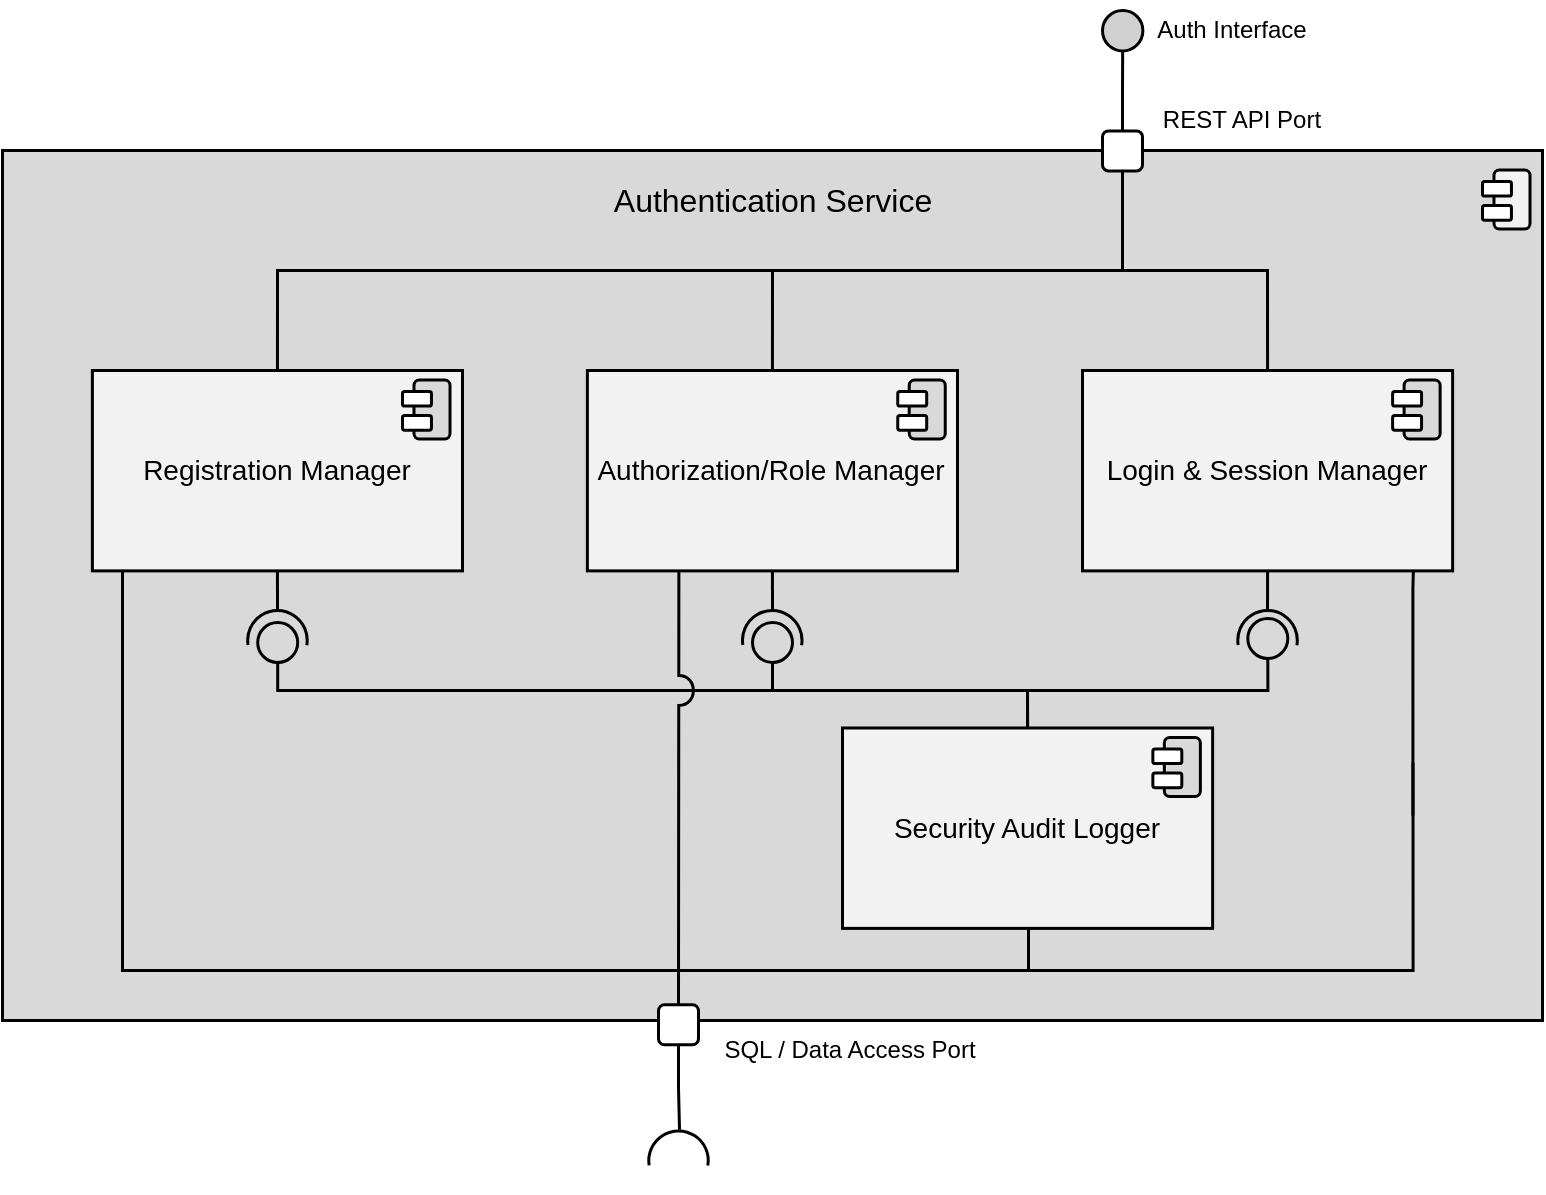
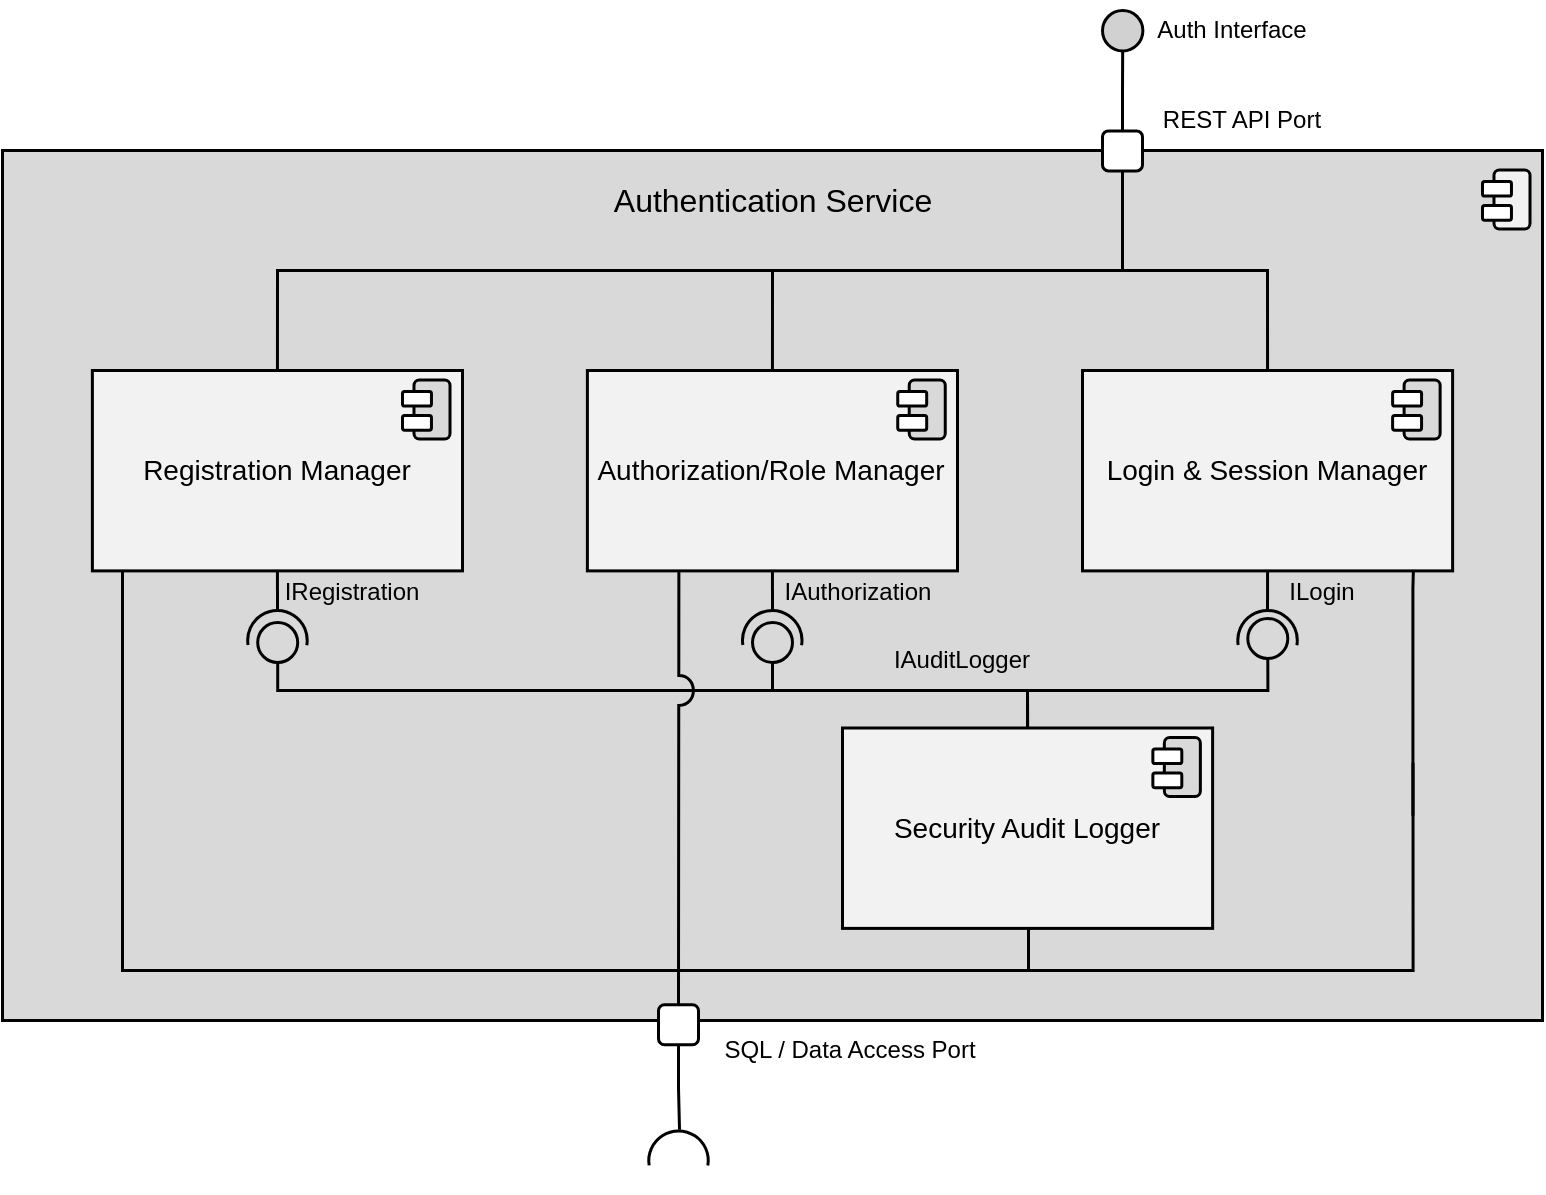
<mxfile host="app.diagrams.net">
  <diagram name="Page-1" id="phbDzcPIRWFyEIRLfKNQ">
-     <mxGraphModel dx="1079" dy="770" grid="1" gridSize="10" guides="1" tooltips="1" connect="1" arrows="1" fold="1" page="1" pageScale="1" pageWidth="850" pageHeight="1100" background="#FFFFFF" math="0" shadow="0">
+     <mxGraphModel dx="1030" dy="623" grid="1" gridSize="10" guides="1" tooltips="1" connect="1" arrows="1" fold="1" page="1" pageScale="1" pageWidth="850" pageHeight="1100" background="#FFFFFF" math="0" shadow="0">
      <root>
        <mxCell id="0" />
        <mxCell id="1" parent="0" />
        <mxCell id="n--Y3mDC4JvWWFTNY3TY-8" parent="1" style="html=1;dropTarget=0;whiteSpace=wrap;fillColor=#D9D9D9;strokeColor=#000000;strokeWidth=1.5;fontFamily=Arial;fontSize=14;" value="" vertex="1">
          <mxGeometry height="435" width="770" x="40" y="420" as="geometry" />
        </mxCell>
        <mxCell id="0yQDKEMbzFiADIm0VlXp-84" edge="1" parent="1" source="n--Y3mDC4JvWWFTNY3TY-14" style="edgeStyle=orthogonalEdgeStyle;rounded=0;orthogonalLoop=1;jettySize=auto;html=1;exitX=0.5;exitY=1;exitDx=0;exitDy=0;endArrow=none;endFill=0;strokeWidth=1.5;entryX=0.499;entryY=1.001;entryDx=0;entryDy=0;entryPerimeter=0;" target="0yQDKEMbzFiADIm0VlXp-82">
          <mxGeometry relative="1" as="geometry">
            <mxPoint x="180" y="650" as="targetPoint" />
          </mxGeometry>
        </mxCell>
        <mxCell id="n--Y3mDC4JvWWFTNY3TY-14" parent="1" style="html=1;dropTarget=0;whiteSpace=wrap;fontFamily=Arial;strokeWidth=1.5;fillColor=#F2F2F2;fontSize=14;" value="Registration Manager" vertex="1">
          <mxGeometry height="100.19" width="185.06" x="84.94" y="530" as="geometry" />
        </mxCell>
        <mxCell id="5mWkwckOPSo0CmEAIWWT-34" parent="1" style="ellipse;whiteSpace=wrap;html=1;align=center;aspect=fixed;fillColor=none;strokeColor=none;resizable=0;perimeter=centerPerimeter;rotatable=0;allowArrows=0;points=[];outlineConnect=1;strokeWidth=1.5;fontFamily=Arial;" value="" vertex="1">
          <mxGeometry height="10" width="10" x="354.94" y="420.19" as="geometry" />
        </mxCell>
        <mxCell id="5mWkwckOPSo0CmEAIWWT-39" parent="1" style="ellipse;whiteSpace=wrap;html=1;align=center;aspect=fixed;fillColor=none;strokeColor=none;resizable=0;perimeter=centerPerimeter;rotatable=0;allowArrows=0;points=[];outlineConnect=1;strokeWidth=1.5;fontFamily=Arial;" value="" vertex="1">
          <mxGeometry height="10" width="10" x="354.94" y="420.19" as="geometry" />
        </mxCell>
        <mxCell id="5mWkwckOPSo0CmEAIWWT-51" parent="1" style="ellipse;whiteSpace=wrap;html=1;align=center;aspect=fixed;fillColor=none;strokeColor=none;resizable=0;perimeter=centerPerimeter;rotatable=0;allowArrows=0;points=[];outlineConnect=1;strokeWidth=1.5;fontFamily=Arial;" value="" vertex="1">
          <mxGeometry height="10" width="10" x="354.94" y="570.19" as="geometry" />
        </mxCell>
        <mxCell id="ZD9TN0NdmzQvUi5EbzNq-49" parent="1" style="ellipse;whiteSpace=wrap;html=1;align=center;aspect=fixed;fillColor=none;strokeColor=none;resizable=0;perimeter=centerPerimeter;rotatable=0;allowArrows=0;points=[];outlineConnect=1;strokeWidth=1.5;fontFamily=Arial;" value="" vertex="1">
          <mxGeometry height="10" width="10" x="414.94" y="690.19" as="geometry" />
        </mxCell>
        <mxCell id="ZD9TN0NdmzQvUi5EbzNq-51" parent="1" style="ellipse;whiteSpace=wrap;html=1;align=center;aspect=fixed;fillColor=none;strokeColor=none;resizable=0;perimeter=centerPerimeter;rotatable=0;allowArrows=0;points=[];outlineConnect=1;strokeWidth=1.5;fontFamily=Arial;" value="" vertex="1">
          <mxGeometry height="10" width="10" x="484.94" y="700.19" as="geometry" />
        </mxCell>
        <mxCell id="ZD9TN0NdmzQvUi5EbzNq-53" parent="1" style="ellipse;whiteSpace=wrap;html=1;align=center;aspect=fixed;fillColor=none;strokeColor=none;resizable=0;perimeter=centerPerimeter;rotatable=0;allowArrows=0;points=[];outlineConnect=1;strokeWidth=1.5;fontFamily=Arial;" value="" vertex="1">
          <mxGeometry height="10" width="10" x="684.94" y="720.19" as="geometry" />
        </mxCell>
        <mxCell id="0yQDKEMbzFiADIm0VlXp-29" connectable="0" parent="1" style="group;rounded=1;fontFamily=Arial;" value="" vertex="1">
          <mxGeometry height="29.81" width="25.06" x="240" y="535" as="geometry" />
        </mxCell>
        <mxCell id="0yQDKEMbzFiADIm0VlXp-30" parent="0yQDKEMbzFiADIm0VlXp-29" style="rounded=1;whiteSpace=wrap;html=1;rotation=-90;strokeWidth=1.5;fillStyle=solid;fillColor=light-dark(#D9D9D9,#FFFFFF);fontFamily=Arial;" value="" vertex="1">
          <mxGeometry height="18.01036073619632" width="29.492996389891648" x="0.004083754512631321" y="5.47981963190188" as="geometry" />
        </mxCell>
        <mxCell id="0yQDKEMbzFiADIm0VlXp-31" parent="0yQDKEMbzFiADIm0VlXp-29" style="rounded=1;whiteSpace=wrap;html=1;strokeWidth=1.5;fillStyle=solid;fillColor=#FFFFFF;fontFamily=Arial;" value="" vertex="1">
          <mxGeometry height="7.315337423312883" width="14.475090252707556" y="5.4828453987730095" as="geometry" />
        </mxCell>
        <mxCell id="0yQDKEMbzFiADIm0VlXp-32" parent="0yQDKEMbzFiADIm0VlXp-29" style="rounded=1;whiteSpace=wrap;html=1;strokeWidth=1.5;fillStyle=solid;fillColor=#FFFFFF;fontFamily=Arial;" value="" vertex="1">
          <mxGeometry height="7.315337423312883" width="14.475090252707556" y="17.553152147239267" as="geometry" />
        </mxCell>
        <mxCell id="0yQDKEMbzFiADIm0VlXp-91" edge="1" parent="1" source="0yQDKEMbzFiADIm0VlXp-33" style="edgeStyle=orthogonalEdgeStyle;rounded=0;orthogonalLoop=1;jettySize=auto;html=1;exitX=0.5;exitY=1;exitDx=0;exitDy=0;endArrow=none;endFill=0;strokeWidth=1.5;">
          <mxGeometry relative="1" as="geometry">
            <mxPoint x="425" y="650" as="targetPoint" />
          </mxGeometry>
        </mxCell>
        <mxCell id="0yQDKEMbzFiADIm0VlXp-33" parent="1" style="html=1;dropTarget=0;whiteSpace=wrap;fontFamily=Arial;strokeWidth=1.5;fillColor=#F2F2F2;fontSize=14;" value="Authorization/Role Manager" vertex="1">
          <mxGeometry height="100.19" width="185.06" x="332.44" y="530" as="geometry" />
        </mxCell>
        <mxCell id="0yQDKEMbzFiADIm0VlXp-34" connectable="0" parent="1" style="group;rounded=1;fontFamily=Arial;" value="" vertex="1">
          <mxGeometry height="29.81" width="25.06" x="487.62" y="535" as="geometry" />
        </mxCell>
        <mxCell id="0yQDKEMbzFiADIm0VlXp-35" parent="0yQDKEMbzFiADIm0VlXp-34" style="rounded=1;whiteSpace=wrap;html=1;rotation=-90;strokeWidth=1.5;fillStyle=solid;fillColor=light-dark(#D9D9D9,#FFFFFF);fontFamily=Arial;" value="" vertex="1">
          <mxGeometry height="18.01036073619632" width="29.492996389891648" x="0.004083754512631321" y="5.47981963190188" as="geometry" />
        </mxCell>
        <mxCell id="0yQDKEMbzFiADIm0VlXp-36" parent="0yQDKEMbzFiADIm0VlXp-34" style="rounded=1;whiteSpace=wrap;html=1;strokeWidth=1.5;fillStyle=solid;fillColor=#FFFFFF;fontFamily=Arial;" value="" vertex="1">
          <mxGeometry height="7.315337423312883" width="14.475090252707556" y="5.4828453987730095" as="geometry" />
        </mxCell>
        <mxCell id="0yQDKEMbzFiADIm0VlXp-37" parent="0yQDKEMbzFiADIm0VlXp-34" style="rounded=1;whiteSpace=wrap;html=1;strokeWidth=1.5;fillStyle=solid;fillColor=#FFFFFF;fontFamily=Arial;" value="" vertex="1">
          <mxGeometry height="7.315337423312883" width="14.475090252707556" y="17.553152147239267" as="geometry" />
        </mxCell>
        <mxCell id="0yQDKEMbzFiADIm0VlXp-38" parent="1" style="html=1;dropTarget=0;whiteSpace=wrap;fontFamily=Arial;strokeWidth=1.5;fillColor=#F2F2F2;fontSize=14;" value="Login &amp;amp; Session Manager" vertex="1">
          <mxGeometry height="100.19" width="185.06" x="580" y="530" as="geometry" />
        </mxCell>
        <mxCell id="0yQDKEMbzFiADIm0VlXp-39" connectable="0" parent="1" style="group;rounded=1;fontFamily=Arial;" value="" vertex="1">
          <mxGeometry height="29.81" width="25.06" x="735.06" y="535" as="geometry" />
        </mxCell>
        <mxCell id="0yQDKEMbzFiADIm0VlXp-40" parent="0yQDKEMbzFiADIm0VlXp-39" style="rounded=1;whiteSpace=wrap;html=1;rotation=-90;strokeWidth=1.5;fillStyle=solid;fillColor=light-dark(#D9D9D9,#FFFFFF);fontFamily=Arial;" value="" vertex="1">
          <mxGeometry height="18.01036073619632" width="29.492996389891648" x="0.004083754512631321" y="5.47981963190188" as="geometry" />
        </mxCell>
        <mxCell id="0yQDKEMbzFiADIm0VlXp-41" parent="0yQDKEMbzFiADIm0VlXp-39" style="rounded=1;whiteSpace=wrap;html=1;strokeWidth=1.5;fillStyle=solid;fillColor=#FFFFFF;fontFamily=Arial;" value="" vertex="1">
          <mxGeometry height="7.315337423312883" width="14.475090252707556" y="5.4828453987730095" as="geometry" />
        </mxCell>
        <mxCell id="0yQDKEMbzFiADIm0VlXp-42" parent="0yQDKEMbzFiADIm0VlXp-39" style="rounded=1;whiteSpace=wrap;html=1;strokeWidth=1.5;fillStyle=solid;fillColor=#FFFFFF;fontFamily=Arial;" value="" vertex="1">
          <mxGeometry height="7.315337423312883" width="14.475090252707556" y="17.553152147239267" as="geometry" />
        </mxCell>
        <mxCell id="0yQDKEMbzFiADIm0VlXp-54" parent="1" style="html=1;dropTarget=0;whiteSpace=wrap;fontFamily=Arial;strokeWidth=1.5;fillColor=#F2F2F2;fontSize=14;" value="Security Audit Logger" vertex="1">
          <mxGeometry height="100.19" width="185.06" x="460" y="708.75" as="geometry" />
        </mxCell>
        <mxCell id="0yQDKEMbzFiADIm0VlXp-55" connectable="0" parent="1" style="group;rounded=1;fontFamily=Arial;" value="" vertex="1">
          <mxGeometry height="29.81" width="25.06" x="615.1800000000001" y="713.75" as="geometry" />
        </mxCell>
        <mxCell id="0yQDKEMbzFiADIm0VlXp-56" parent="0yQDKEMbzFiADIm0VlXp-55" style="rounded=1;whiteSpace=wrap;html=1;rotation=-90;strokeWidth=1.5;fillStyle=solid;fillColor=light-dark(#D9D9D9,#FFFFFF);fontFamily=Arial;" value="" vertex="1">
          <mxGeometry height="18.01036073619632" width="29.492996389891648" x="0.004083754512631321" y="5.47981963190188" as="geometry" />
        </mxCell>
        <mxCell id="0yQDKEMbzFiADIm0VlXp-57" parent="0yQDKEMbzFiADIm0VlXp-55" style="rounded=1;whiteSpace=wrap;html=1;strokeWidth=1.5;fillStyle=solid;fillColor=#FFFFFF;fontFamily=Arial;" value="" vertex="1">
          <mxGeometry height="7.315337423312883" width="14.475090252707556" y="5.4828453987730095" as="geometry" />
        </mxCell>
        <mxCell id="0yQDKEMbzFiADIm0VlXp-58" parent="0yQDKEMbzFiADIm0VlXp-55" style="rounded=1;whiteSpace=wrap;html=1;strokeWidth=1.5;fillStyle=solid;fillColor=#FFFFFF;fontFamily=Arial;" value="" vertex="1">
          <mxGeometry height="7.315337423312883" width="14.475090252707556" y="17.553152147239267" as="geometry" />
        </mxCell>
        <mxCell id="0yQDKEMbzFiADIm0VlXp-61" edge="1" parent="1" source="0yQDKEMbzFiADIm0VlXp-59" style="edgeStyle=orthogonalEdgeStyle;rounded=0;orthogonalLoop=1;jettySize=auto;html=1;exitX=0.5;exitY=0;exitDx=0;exitDy=0;entryX=0.5;entryY=1;entryDx=0;entryDy=0;endArrow=none;endFill=0;strokeWidth=1.5;" target="0yQDKEMbzFiADIm0VlXp-60">
          <mxGeometry relative="1" as="geometry" />
        </mxCell>
        <mxCell id="0yQDKEMbzFiADIm0VlXp-59" parent="1" style="whiteSpace=wrap;html=1;aspect=fixed;strokeWidth=1.5;fillColor=#FFFFFF;rounded=1;fontFamily=Arial;" value="" vertex="1">
          <mxGeometry height="20" width="20" x="590" y="410.19" as="geometry" />
        </mxCell>
        <mxCell id="0yQDKEMbzFiADIm0VlXp-60" parent="1" style="ellipse;whiteSpace=wrap;html=1;aspect=fixed;strokeWidth=1.5;fillColor=#D1D1D1;fontFamily=Arial;" value="" vertex="1">
          <mxGeometry height="20.19" width="20.19" x="590" y="350" as="geometry" />
        </mxCell>
        <mxCell id="0yQDKEMbzFiADIm0VlXp-76" edge="1" parent="1" source="n--Y3mDC4JvWWFTNY3TY-14" style="edgeStyle=orthogonalEdgeStyle;rounded=0;orthogonalLoop=1;jettySize=auto;html=1;exitX=0.5;exitY=0;exitDx=0;exitDy=0;entryX=0.5;entryY=1;entryDx=0;entryDy=0;endArrow=none;endFill=0;strokeWidth=1.5;" target="0yQDKEMbzFiADIm0VlXp-59">
          <mxGeometry relative="1" as="geometry">
            <Array as="points">
              <mxPoint x="178" y="480" />
              <mxPoint x="600" y="480" />
            </Array>
            <mxPoint x="177.47500000000014" y="490" as="sourcePoint" />
          </mxGeometry>
        </mxCell>
        <mxCell id="0yQDKEMbzFiADIm0VlXp-79" edge="1" parent="1" source="0yQDKEMbzFiADIm0VlXp-33" style="edgeStyle=orthogonalEdgeStyle;rounded=0;orthogonalLoop=1;jettySize=auto;html=1;exitX=0.5;exitY=0;exitDx=0;exitDy=0;entryX=0.5;entryY=1;entryDx=0;entryDy=0;endArrow=none;endFill=0;strokeWidth=1.5;" target="0yQDKEMbzFiADIm0VlXp-59">
          <mxGeometry relative="1" as="geometry">
            <Array as="points">
              <mxPoint x="425" y="480" />
              <mxPoint x="600" y="480" />
            </Array>
            <mxPoint x="424.97500000000014" y="490" as="sourcePoint" />
          </mxGeometry>
        </mxCell>
        <mxCell id="0yQDKEMbzFiADIm0VlXp-78" edge="1" parent="1" source="0yQDKEMbzFiADIm0VlXp-38" style="edgeStyle=orthogonalEdgeStyle;rounded=0;orthogonalLoop=1;jettySize=auto;html=1;exitX=0.5;exitY=0;exitDx=0;exitDy=0;entryX=0.5;entryY=1;entryDx=0;entryDy=0;endArrow=none;endFill=0;strokeWidth=1.5;" target="0yQDKEMbzFiADIm0VlXp-59">
          <mxGeometry relative="1" as="geometry">
            <Array as="points">
              <mxPoint x="672" y="480" />
              <mxPoint x="600" y="480" />
            </Array>
            <mxPoint x="672.5249999999999" y="490" as="sourcePoint" />
          </mxGeometry>
        </mxCell>
        <mxCell id="0yQDKEMbzFiADIm0VlXp-72" connectable="0" parent="1" style="group;rounded=1;fontFamily=Arial;" value="" vertex="1">
          <mxGeometry height="29.81" width="25.06" x="780" y="430" as="geometry" />
        </mxCell>
        <mxCell id="0yQDKEMbzFiADIm0VlXp-73" parent="0yQDKEMbzFiADIm0VlXp-72" style="rounded=1;whiteSpace=wrap;html=1;rotation=-90;strokeWidth=1.5;fillStyle=solid;fillColor=light-dark(#F2F2F2,#FFFFFF);fontFamily=Arial;" value="" vertex="1">
          <mxGeometry height="18.01036073619632" width="29.492996389891648" x="0.004083754512631321" y="5.47981963190188" as="geometry" />
        </mxCell>
        <mxCell id="0yQDKEMbzFiADIm0VlXp-74" parent="0yQDKEMbzFiADIm0VlXp-72" style="rounded=1;whiteSpace=wrap;html=1;strokeWidth=1.5;fillStyle=solid;fillColor=#FFFFFF;fontFamily=Arial;" value="" vertex="1">
          <mxGeometry height="7.315337423312883" width="14.475090252707556" y="5.4828453987730095" as="geometry" />
        </mxCell>
        <mxCell id="0yQDKEMbzFiADIm0VlXp-75" parent="0yQDKEMbzFiADIm0VlXp-72" style="rounded=1;whiteSpace=wrap;html=1;strokeWidth=1.5;fillStyle=solid;fillColor=#FFFFFF;fontFamily=Arial;" value="" vertex="1">
          <mxGeometry height="7.315337423312883" width="14.475090252707556" y="17.553152147239267" as="geometry" />
        </mxCell>
        <mxCell id="0yQDKEMbzFiADIm0VlXp-80" connectable="0" parent="1" style="group;fontFamily=Arial;rotation=-180;" value="" vertex="1">
          <mxGeometry height="29.75" width="29.75" x="162.6" y="650" as="geometry" />
        </mxCell>
        <mxCell id="0yQDKEMbzFiADIm0VlXp-81" parent="0yQDKEMbzFiADIm0VlXp-80" style="ellipse;whiteSpace=wrap;html=1;aspect=fixed;strokeWidth=1.5;fillStyle=solid;fillColor=#D9D9D9;rounded=1;fontFamily=Arial;rotation=-180;" value="" vertex="1">
          <mxGeometry height="20" width="20" x="5" y="6" as="geometry" />
        </mxCell>
        <mxCell id="0yQDKEMbzFiADIm0VlXp-82" parent="0yQDKEMbzFiADIm0VlXp-80" style="verticalLabelPosition=bottom;verticalAlign=top;html=1;shape=mxgraph.basic.arc;startAngle=0.22449849456214957;endAngle=0.7768001258780505;rounded=1;strokeWidth=1.5;snapToPoint=1;fontFamily=Arial;rotation=-180;" value="" vertex="1">
          <mxGeometry height="29.75" width="29.75" as="geometry" />
        </mxCell>
        <mxCell id="0yQDKEMbzFiADIm0VlXp-87" edge="1" parent="1" source="0yQDKEMbzFiADIm0VlXp-81" style="edgeStyle=orthogonalEdgeStyle;rounded=0;orthogonalLoop=1;jettySize=auto;html=1;entryX=0.5;entryY=0;entryDx=0;entryDy=0;endArrow=none;endFill=0;strokeWidth=1.5;exitX=0.5;exitY=0;exitDx=0;exitDy=0;" target="0yQDKEMbzFiADIm0VlXp-54">
          <mxGeometry relative="1" as="geometry">
            <Array as="points">
              <mxPoint x="178" y="690" />
              <mxPoint x="553" y="690" />
            </Array>
          </mxGeometry>
        </mxCell>
        <mxCell id="0yQDKEMbzFiADIm0VlXp-88" connectable="0" parent="1" style="group;fontFamily=Arial;rotation=-180;" value="" vertex="1">
          <mxGeometry height="29.75" width="29.75" x="410" y="650" as="geometry" />
        </mxCell>
        <mxCell id="0yQDKEMbzFiADIm0VlXp-89" parent="0yQDKEMbzFiADIm0VlXp-88" style="ellipse;whiteSpace=wrap;html=1;aspect=fixed;strokeWidth=1.5;fillStyle=solid;fillColor=#D9D9D9;rounded=1;fontFamily=Arial;rotation=-180;" value="" vertex="1">
          <mxGeometry height="20" width="20" x="5" y="6" as="geometry" />
        </mxCell>
        <mxCell id="0yQDKEMbzFiADIm0VlXp-90" parent="0yQDKEMbzFiADIm0VlXp-88" style="verticalLabelPosition=bottom;verticalAlign=top;html=1;shape=mxgraph.basic.arc;startAngle=0.22449849456214957;endAngle=0.7768001258780505;rounded=1;strokeWidth=1.5;snapToPoint=1;fontFamily=Arial;rotation=-180;" value="" vertex="1">
          <mxGeometry height="29.75" width="29.75" as="geometry" />
        </mxCell>
        <mxCell id="0yQDKEMbzFiADIm0VlXp-92" edge="1" parent="1" source="0yQDKEMbzFiADIm0VlXp-89" style="edgeStyle=orthogonalEdgeStyle;rounded=0;orthogonalLoop=1;jettySize=auto;html=1;entryX=0.5;entryY=0;entryDx=0;entryDy=0;endArrow=none;endFill=0;strokeWidth=1.5;exitX=0.5;exitY=0;exitDx=0;exitDy=0;" target="0yQDKEMbzFiADIm0VlXp-54">
          <mxGeometry relative="1" as="geometry">
            <Array as="points">
              <mxPoint x="425" y="690" />
              <mxPoint x="553" y="690" />
            </Array>
          </mxGeometry>
        </mxCell>
        <mxCell id="0yQDKEMbzFiADIm0VlXp-93" connectable="0" parent="1" style="group;fontFamily=Arial;rotation=0;" value="" vertex="1">
          <mxGeometry height="29.75" width="29.75" x="657.65" y="650" as="geometry" />
        </mxCell>
        <mxCell id="0yQDKEMbzFiADIm0VlXp-94" parent="0yQDKEMbzFiADIm0VlXp-93" style="ellipse;whiteSpace=wrap;html=1;aspect=fixed;strokeWidth=1.5;fillStyle=solid;fillColor=#D9D9D9;rounded=1;fontFamily=Arial;rotation=0;" value="" vertex="1">
          <mxGeometry height="20" width="20" x="5" y="4" as="geometry" />
        </mxCell>
        <mxCell id="0yQDKEMbzFiADIm0VlXp-95" parent="0yQDKEMbzFiADIm0VlXp-93" style="verticalLabelPosition=bottom;verticalAlign=top;html=1;shape=mxgraph.basic.arc;startAngle=0.22449849456214957;endAngle=0.7768001258780505;rounded=1;strokeWidth=1.5;snapToPoint=1;fontFamily=Arial;rotation=-180;" value="" vertex="1">
          <mxGeometry height="29.75" width="29.75" as="geometry" />
        </mxCell>
        <mxCell id="0yQDKEMbzFiADIm0VlXp-97" edge="1" parent="1" source="0yQDKEMbzFiADIm0VlXp-94" style="edgeStyle=orthogonalEdgeStyle;rounded=0;orthogonalLoop=1;jettySize=auto;html=1;entryX=0.5;entryY=0;entryDx=0;entryDy=0;endArrow=none;endFill=0;strokeWidth=1.5;exitX=0.5;exitY=1;exitDx=0;exitDy=0;" target="0yQDKEMbzFiADIm0VlXp-54">
          <mxGeometry relative="1" as="geometry">
            <Array as="points">
              <mxPoint x="673" y="690" />
              <mxPoint x="553" y="690" />
            </Array>
          </mxGeometry>
        </mxCell>
        <mxCell id="0yQDKEMbzFiADIm0VlXp-98" parent="1" style="whiteSpace=wrap;html=1;aspect=fixed;strokeWidth=1.5;fillColor=#FFFFFF;rounded=1;fontFamily=Arial;" value="" vertex="1">
          <mxGeometry height="20" width="20" x="368" y="847.12" as="geometry" />
        </mxCell>
        <mxCell id="0yQDKEMbzFiADIm0VlXp-105" edge="1" parent="1" source="n--Y3mDC4JvWWFTNY3TY-14" style="edgeStyle=orthogonalEdgeStyle;rounded=0;orthogonalLoop=1;jettySize=auto;html=1;entryX=0.5;entryY=0;entryDx=0;entryDy=0;strokeWidth=1.5;endArrow=none;endFill=0;" target="0yQDKEMbzFiADIm0VlXp-98">
          <mxGeometry relative="1" as="geometry">
            <Array as="points">
              <mxPoint x="100" y="830" />
              <mxPoint x="378" y="830" />
            </Array>
            <mxPoint x="100" y="778" as="sourcePoint" />
          </mxGeometry>
        </mxCell>
        <mxCell id="0yQDKEMbzFiADIm0VlXp-102" edge="1" parent="1" style="edgeStyle=orthogonalEdgeStyle;rounded=0;orthogonalLoop=1;jettySize=auto;html=1;endArrow=none;endFill=0;strokeWidth=1.5;exitX=0.505;exitY=0.981;exitDx=0;exitDy=0;exitPerimeter=0;">
          <mxGeometry relative="1" as="geometry">
            <Array as="points">
              <mxPoint x="745" y="639" />
              <mxPoint x="745" y="639" />
            </Array>
            <mxPoint x="745.2262500000002" y="752.5652500000001" as="sourcePoint" />
            <mxPoint x="745.43" y="630.19" as="targetPoint" />
          </mxGeometry>
        </mxCell>
        <mxCell id="0yQDKEMbzFiADIm0VlXp-104" edge="1" parent="1" style="edgeStyle=orthogonalEdgeStyle;rounded=0;orthogonalLoop=1;jettySize=auto;html=1;entryX=0.5;entryY=0;entryDx=0;entryDy=0;strokeWidth=1.5;endArrow=none;endFill=0;">
          <mxGeometry relative="1" as="geometry">
            <Array as="points">
              <mxPoint x="745" y="830" />
              <mxPoint x="378" y="830" />
            </Array>
            <mxPoint x="745.2507731565056" y="726.1300000000001" as="sourcePoint" />
            <mxPoint x="378" y="845.12" as="targetPoint" />
          </mxGeometry>
        </mxCell>
        <mxCell id="0yQDKEMbzFiADIm0VlXp-106" edge="1" parent="1" source="0yQDKEMbzFiADIm0VlXp-98" style="edgeStyle=orthogonalEdgeStyle;rounded=0;orthogonalLoop=1;jettySize=auto;html=1;endArrow=none;endFill=0;strokeWidth=1.5;exitX=0.5;exitY=0;exitDx=0;exitDy=0;jumpStyle=arc;jumpSize=14;">
          <mxGeometry relative="1" as="geometry">
            <mxPoint x="377.6667500000001" y="751.7322500000002" as="sourcePoint" />
            <mxPoint x="378.18999999999994" y="630.19" as="targetPoint" />
          </mxGeometry>
        </mxCell>
        <mxCell id="0yQDKEMbzFiADIm0VlXp-110" parent="1" style="verticalLabelPosition=bottom;verticalAlign=top;html=1;shape=mxgraph.basic.arc;startAngle=0.22449849456214957;endAngle=0.7768001258780505;rounded=1;strokeWidth=1.5;snapToPoint=1;fontFamily=Arial;rotation=-180;" value="" vertex="1">
          <mxGeometry height="29.75" width="29.75" x="363.13" y="910.19" as="geometry" />
        </mxCell>
        <mxCell id="0yQDKEMbzFiADIm0VlXp-112" edge="1" parent="1" source="0yQDKEMbzFiADIm0VlXp-98" style="edgeStyle=orthogonalEdgeStyle;rounded=0;orthogonalLoop=1;jettySize=auto;html=1;entryX=0.483;entryY=1.019;entryDx=0;entryDy=0;entryPerimeter=0;endArrow=none;endFill=0;strokeWidth=1.5;" target="0yQDKEMbzFiADIm0VlXp-110">
          <mxGeometry relative="1" as="geometry" />
        </mxCell>
        <mxCell id="0yQDKEMbzFiADIm0VlXp-114" parent="1" style="text;html=1;whiteSpace=wrap;strokeColor=none;fillColor=none;align=center;verticalAlign=middle;rounded=0;fontFamily=Arial;fontSize=12;" value="Auth Interface" vertex="1">
          <mxGeometry height="30" width="90" x="610.19" y="345.1" as="geometry" />
        </mxCell>
        <mxCell id="0yQDKEMbzFiADIm0VlXp-115" parent="1" style="text;html=1;whiteSpace=wrap;strokeColor=none;fillColor=none;align=center;verticalAlign=middle;rounded=0;fontFamily=Arial;fontSize=12;" value="SQL / Data Access Port" vertex="1">
          <mxGeometry height="30" width="151.97" x="388.03" y="855" as="geometry" />
        </mxCell>
        <mxCell id="0yQDKEMbzFiADIm0VlXp-117" parent="1" style="text;html=1;whiteSpace=wrap;strokeColor=none;fillColor=none;align=center;verticalAlign=middle;rounded=0;fontFamily=Arial;fontSize=16;" value="Authentication Service" vertex="1">
          <mxGeometry height="30" width="165" x="343" y="430.19" as="geometry" />
        </mxCell>
        <mxCell id="fYdW2nF8rQB6bFK7cIPw-19" edge="1" parent="1" style="endArrow=none;html=1;rounded=0;strokeWidth=1.5;jumpStyle=none;exitX=0.517;exitY=1.011;exitDx=0;exitDy=0;exitPerimeter=0;endSize=6;" value="">
          <mxGeometry height="50" relative="1" width="50" as="geometry">
            <mxPoint x="672.5092499999997" y="650.00275" as="sourcePoint" />
            <mxPoint x="672.5385639013446" y="630.33" as="targetPoint" />
          </mxGeometry>
        </mxCell>
        <mxCell id="fYdW2nF8rQB6bFK7cIPw-20" parent="1" style="text;html=1;whiteSpace=wrap;strokeColor=none;fillColor=none;align=center;verticalAlign=middle;rounded=0;fontFamily=Arial;fontSize=12;" value="REST API Port" vertex="1">
          <mxGeometry height="30" width="100" x="610" y="390.19" as="geometry" />
        </mxCell>
        <mxCell id="fYdW2nF8rQB6bFK7cIPw-23" edge="1" parent="1" style="edgeStyle=orthogonalEdgeStyle;rounded=0;orthogonalLoop=1;jettySize=auto;html=1;endArrow=none;endFill=0;strokeWidth=1.5;">
          <mxGeometry relative="1" as="geometry">
            <mxPoint x="555" y="809" as="sourcePoint" />
            <mxPoint x="553" y="830" as="targetPoint" />
          </mxGeometry>
        </mxCell>
+         <mxCell id="YKzER1YgQzwwRRKrqnG0-4" parent="1" style="text;html=1;whiteSpace=wrap;strokeColor=none;fillColor=none;align=center;verticalAlign=middle;rounded=0;autosize=1;resizable=0;" value="IAuditLogger" vertex="1">
+           <mxGeometry height="30" width="90" x="474.94" y="660.19" as="geometry" />
+         </mxCell>
+         <mxCell id="YKzER1YgQzwwRRKrqnG0-5" parent="1" style="text;html=1;whiteSpace=wrap;strokeColor=none;fillColor=none;align=center;verticalAlign=middle;rounded=0;autosize=1;resizable=0;" value="IAuthorization" vertex="1">
+           <mxGeometry height="30" width="100" x="417.5" y="626" as="geometry" />
+         </mxCell>
+         <mxCell id="YKzER1YgQzwwRRKrqnG0-6" parent="1" style="text;html=1;whiteSpace=wrap;strokeColor=none;fillColor=none;align=center;verticalAlign=middle;rounded=0;autosize=1;resizable=0;" value="ILogin" vertex="1">
+           <mxGeometry height="30" width="60" x="670" y="626" as="geometry" />
+         </mxCell>
+         <mxCell id="YKzER1YgQzwwRRKrqnG0-2" parent="1" style="text;html=1;whiteSpace=wrap;strokeColor=none;fillColor=none;align=center;verticalAlign=middle;rounded=0;autosize=1;resizable=0;fontFamily=Arial;" value="IRegistration" vertex="1">
+           <mxGeometry height="30" width="90" x="170" y="626" as="geometry" />
+         </mxCell>
      </root>
    </mxGraphModel>
  </diagram>
</mxfile>
